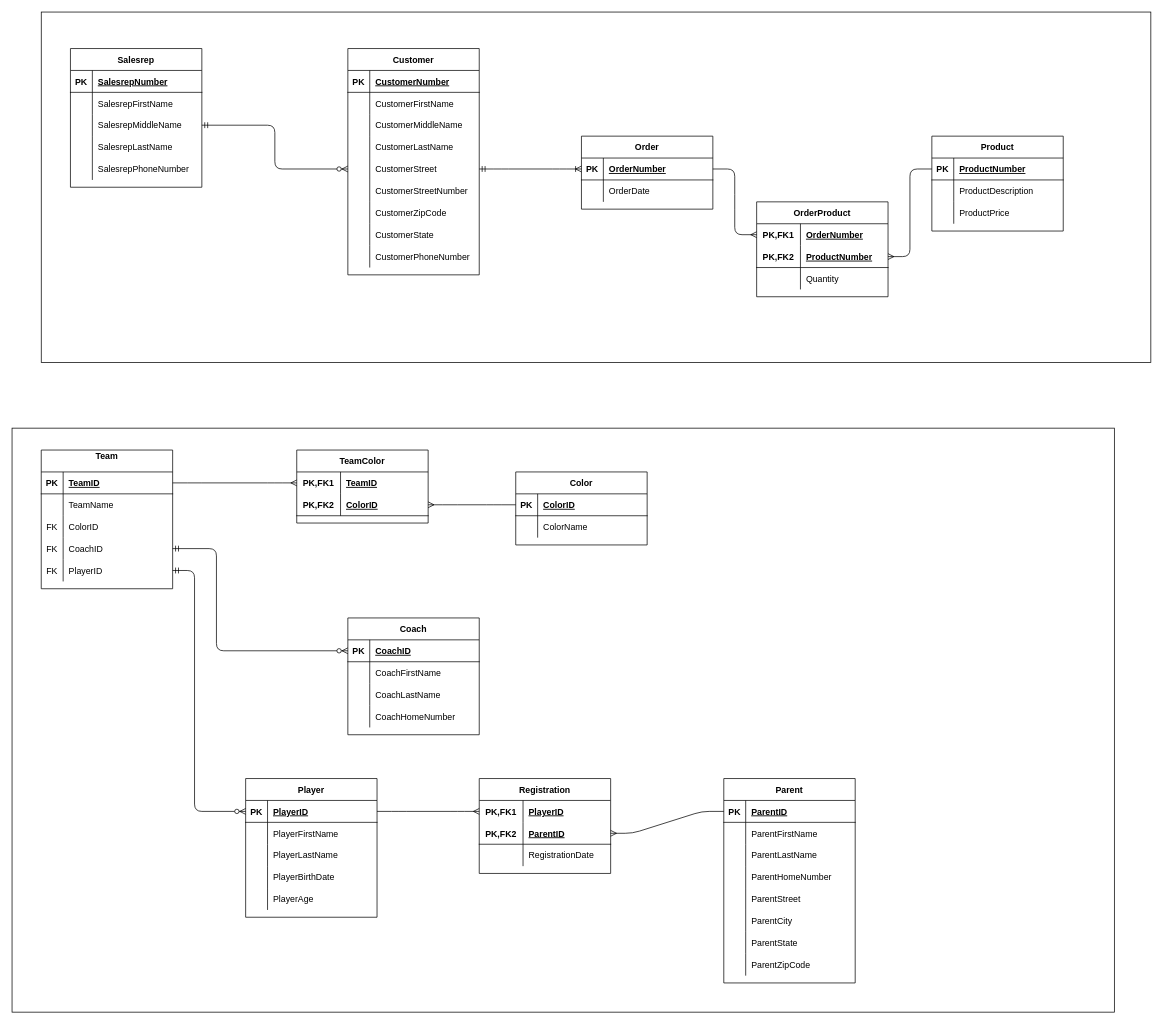
The draw.io diagram Assignment02.drawio in tabuenam/Entity_Relationships, before the edit. Source tidied: cells renumbered, new cells numbered last; positions are measured from the earlier drawing's top-left corner, leaving out a move shared by most shapes. Both pictures are drawn from the tidied source at 73%, with x=0, y=0 at pixel (12, 12).
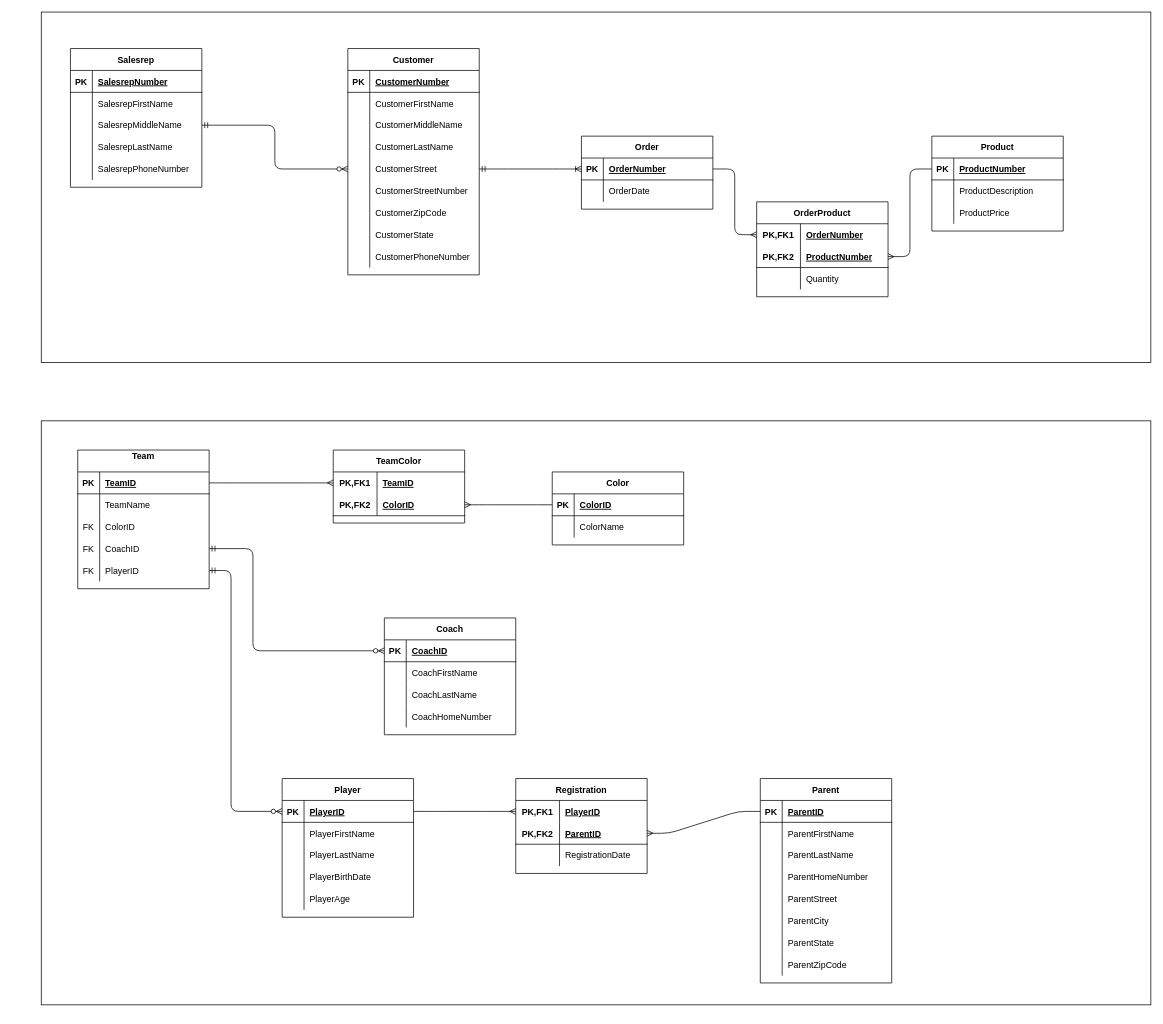
The same diagram, later.

Unchanged cells that the change refers to:
```xml
<mxCell id="80" style="shape=partialRectangle;fillColor=none;top=0;left=0;bottom=1;right=0;points=[[0,0.5],[1,0.5]];portConstraint=eastwest;" parent="79" vertex="1">
  <mxGeometry y="30" width="180" height="30" as="geometry" />
</mxCell>
<mxCell id="89" style="shape=partialRectangle;fillColor=none;top=0;left=0;bottom=0;right=0;points=[[0,0.5],[1,0.5]];portConstraint=eastwest;" parent="79" vertex="1">
  <mxGeometry y="120" width="180" height="30" as="geometry" />
</mxCell>
<mxCell id="92" style="shape=partialRectangle;fillColor=none;top=0;left=0;bottom=0;right=0;points=[[0,0.5],[1,0.5]];portConstraint=eastwest;" parent="79" vertex="1">
  <mxGeometry y="150" width="180" height="30" as="geometry" />
</mxCell>
<mxCell id="96" style="shape=partialRectangle;fillColor=none;top=0;left=0;bottom=1;right=0;points=[[0,0.5],[1,0.5]];portConstraint=eastwest;" parent="95" vertex="1">
  <mxGeometry y="30" width="180" height="30" as="geometry" />
</mxCell>
<mxCell id="103" style="shape=partialRectangle;fillColor=none;top=0;left=0;bottom=1;right=0;points=[[0,0.5],[1,0.5]];portConstraint=eastwest;" parent="102" vertex="1">
  <mxGeometry y="30" width="180" height="30" as="geometry" />
</mxCell>
<mxCell id="119" style="shape=partialRectangle;fillColor=none;top=0;left=0;bottom=1;right=0;points=[[0,0.5],[1,0.5]];portConstraint=eastwest;" parent="118" vertex="1">
  <mxGeometry y="30" width="180" height="30" as="geometry" />
</mxCell>
<mxCell id="132" style="shape=partialRectangle;fillColor=none;top=0;left=0;bottom=1;right=0;points=[[0,0.5],[1,0.5]];portConstraint=eastwest;" parent="131" vertex="1">
  <mxGeometry y="30" width="180" height="30" as="geometry" />
</mxCell>
<mxCell id="159" style="shape=partialRectangle;fillColor=none;top=0;left=0;bottom=0;right=0;points=[[0,0.5],[1,0.5]];portConstraint=eastwest;" parent="158" vertex="1">
  <mxGeometry y="30" width="180" height="30" as="geometry" />
</mxCell>
<mxCell id="162" style="shape=partialRectangle;fillColor=none;top=0;left=0;bottom=1;right=0;points=[[0,0.5],[1,0.5]];portConstraint=eastwest;" parent="158" vertex="1">
  <mxGeometry y="60" width="180" height="30" as="geometry" />
</mxCell>
<mxCell id="171" style="shape=partialRectangle;fillColor=none;top=0;left=0;bottom=0;right=0;points=[[0,0.5],[1,0.5]];portConstraint=eastwest;" parent="170" vertex="1">
  <mxGeometry y="30" width="180" height="30" as="geometry" />
</mxCell>
<mxCell id="174" style="shape=partialRectangle;fillColor=none;top=0;left=0;bottom=1;right=0;points=[[0,0.5],[1,0.5]];portConstraint=eastwest;" parent="170" vertex="1">
  <mxGeometry y="60" width="180" height="30" as="geometry" />
</mxCell>
```

Change to the diagram source:
```diff
@@
-    <mxCell id="2" style="rounded=0;whiteSpace=wrap;html=1;" parent="1" vertex="1">
-      <mxGeometry y="570" width="1510" height="800" as="geometry" />
-    </mxCell>
@@
+    <mxCell id="179" style="group;" parent="1" vertex="1">
+      <mxGeometry x="50" y="570" width="1510" height="800" as="geometry" />
+    </mxCell>
+    <mxCell id="2" style="rounded=0;whiteSpace=wrap;html=1;" parent="179" vertex="1">
+      <mxGeometry x="-10" y="-10" width="1520" height="800" as="geometry" />
+    </mxCell>
-    <mxCell id="79" value="Team&#10;" style="shape=table;startSize=30;childLayout=tableLayout;rowLines=0;fontStyle=1;align=center;" parent="1" vertex="1">
-      <mxGeometry x="40" y="600" width="180" height="190" as="geometry" />
+    <mxCell id="79" value="Team&#10;" style="shape=table;startSize=30;childLayout=tableLayout;rowLines=0;fontStyle=1;align=center;" parent="179" vertex="1">
+      <mxGeometry x="40" y="30" width="180" height="190" as="geometry" />
     </mxCell>
@@
-    <mxCell id="95" value="Color" style="shape=table;startSize=30;childLayout=tableLayout;rowLines=0;fontStyle=1;align=center;" parent="1" vertex="1">
-      <mxGeometry x="690" y="630" width="180" height="100" as="geometry" />
+    <mxCell id="95" value="Color" style="shape=table;startSize=30;childLayout=tableLayout;rowLines=0;fontStyle=1;align=center;" parent="179" vertex="1">
+      <mxGeometry x="690" y="60" width="180" height="100" as="geometry" />
     </mxCell>
@@
-    <mxCell id="102" value="Player" style="shape=table;startSize=30;childLayout=tableLayout;rowLines=0;fontStyle=1;align=center;" parent="1" vertex="1">
-      <mxGeometry x="320" y="1050" width="180" height="190" as="geometry" />
+    <mxCell id="102" value="Player" style="shape=table;startSize=30;childLayout=tableLayout;rowLines=0;fontStyle=1;align=center;" parent="179" vertex="1">
+      <mxGeometry x="320" y="480" width="180" height="190" as="geometry" />
     </mxCell>
@@
-    <mxCell id="118" value="Coach" style="shape=table;startSize=30;childLayout=tableLayout;rowLines=0;fontStyle=1;align=center;" parent="1" vertex="1">
-      <mxGeometry x="460" y="830" width="180" height="160" as="geometry" />
+    <mxCell id="118" value="Coach" style="shape=table;startSize=30;childLayout=tableLayout;rowLines=0;fontStyle=1;align=center;" parent="179" vertex="1">
+      <mxGeometry x="460" y="260" width="180" height="160" as="geometry" />
     </mxCell>
@@
-    <mxCell id="131" value="Parent" style="shape=table;startSize=30;childLayout=tableLayout;rowLines=0;fontStyle=1;align=center;" parent="1" vertex="1">
-      <mxGeometry x="975" y="1050" width="180" height="280" as="geometry" />
+    <mxCell id="131" value="Parent" style="shape=table;startSize=30;childLayout=tableLayout;rowLines=0;fontStyle=1;align=center;" parent="179" vertex="1">
+      <mxGeometry x="975" y="480" width="180" height="280" as="geometry" />
     </mxCell>
@@
-    <mxCell id="156" style="edgeStyle=elbowEdgeStyle;fontSize=12;html=1;endArrow=ERzeroToMany;startArrow=ERmandOne;exitX=1;exitY=0.5;exitDx=0;exitDy=0;entryX=0;entryY=0.5;entryDx=0;entryDy=0;" parent="1" edge="1" source="89" target="119">
+    <mxCell id="156" style="edgeStyle=elbowEdgeStyle;fontSize=12;html=1;endArrow=ERzeroToMany;startArrow=ERmandOne;exitX=1;exitY=0.5;exitDx=0;exitDy=0;entryX=0;entryY=0.5;entryDx=0;entryDy=0;" parent="179" edge="1" source="89" target="119">
       <mxGeometry relative="1" as="geometry">
         <Array as="points">
-          <mxPoint x="280" y="800" />
+          <mxPoint x="280" y="230" />
         </Array>
       </mxGeometry>
     </mxCell>
-    <mxCell id="157" style="edgeStyle=elbowEdgeStyle;fontSize=12;html=1;endArrow=ERzeroToMany;startArrow=ERmandOne;exitX=1;exitY=0.5;exitDx=0;exitDy=0;entryX=0;entryY=0.5;entryDx=0;entryDy=0;" parent="1" edge="1" source="92" target="103">
+    <mxCell id="157" style="edgeStyle=elbowEdgeStyle;fontSize=12;html=1;endArrow=ERzeroToMany;startArrow=ERmandOne;exitX=1;exitY=0.5;exitDx=0;exitDy=0;entryX=0;entryY=0.5;entryDx=0;entryDy=0;" parent="179" edge="1" source="92" target="103">
       <mxGeometry relative="1" as="geometry">
         <Array as="points">
-          <mxPoint x="250" y="970" />
+          <mxPoint x="250" y="400" />
         </Array>
       </mxGeometry>
     </mxCell>
-    <mxCell id="158" value="Registration" style="shape=table;startSize=30;childLayout=tableLayout;rowLines=0;fontStyle=1;align=center;" parent="1" vertex="1">
-      <mxGeometry x="640" y="1050" width="180" height="130" as="geometry" />
+    <mxCell id="158" value="Registration" style="shape=table;startSize=30;childLayout=tableLayout;rowLines=0;fontStyle=1;align=center;" parent="179" vertex="1">
+      <mxGeometry x="640" y="480" width="180" height="130" as="geometry" />
     </mxCell>
@@
-    <mxCell id="168" style="edgeStyle=entityRelationEdgeStyle;fontSize=12;html=1;endArrow=ERmany;exitX=1;exitY=0.5;exitDx=0;exitDy=0;entryX=0;entryY=0.5;entryDx=0;entryDy=0;" parent="1" edge="1" source="103" target="159">
+    <mxCell id="168" style="edgeStyle=entityRelationEdgeStyle;fontSize=12;html=1;endArrow=ERmany;exitX=1;exitY=0.5;exitDx=0;exitDy=0;entryX=0;entryY=0.5;entryDx=0;entryDy=0;" parent="179" edge="1" source="103" target="159">
       <mxGeometry relative="1" as="geometry" />
     </mxCell>
-    <mxCell id="169" style="edgeStyle=entityRelationEdgeStyle;fontSize=12;html=1;endArrow=ERmany;entryX=1;entryY=0.5;entryDx=0;entryDy=0;exitX=0;exitY=0.5;exitDx=0;exitDy=0;" parent="1" edge="1" source="132" target="162">
+    <mxCell id="169" style="edgeStyle=entityRelationEdgeStyle;fontSize=12;html=1;endArrow=ERmany;entryX=1;entryY=0.5;entryDx=0;entryDy=0;exitX=0;exitY=0.5;exitDx=0;exitDy=0;" parent="179" edge="1" source="132" target="162">
       <mxGeometry relative="1" as="geometry" />
     </mxCell>
-    <mxCell id="170" value="TeamColor" style="shape=table;startSize=30;childLayout=tableLayout;rowLines=0;fontStyle=1;align=center;" parent="1" vertex="1">
-      <mxGeometry x="390" y="600" width="180" height="100" as="geometry" />
+    <mxCell id="170" value="TeamColor" style="shape=table;startSize=30;childLayout=tableLayout;rowLines=0;fontStyle=1;align=center;" parent="179" vertex="1">
+      <mxGeometry x="390" y="30" width="180" height="100" as="geometry" />
     </mxCell>
@@
-    <mxCell id="177" style="edgeStyle=entityRelationEdgeStyle;fontSize=12;html=1;endArrow=ERmany;exitX=1;exitY=0.5;exitDx=0;exitDy=0;entryX=0;entryY=0.5;entryDx=0;entryDy=0;" parent="1" edge="1" source="80" target="171">
+    <mxCell id="177" style="edgeStyle=entityRelationEdgeStyle;fontSize=12;html=1;endArrow=ERmany;exitX=1;exitY=0.5;exitDx=0;exitDy=0;entryX=0;entryY=0.5;entryDx=0;entryDy=0;" parent="179" edge="1" source="80" target="171">
       <mxGeometry relative="1" as="geometry" />
     </mxCell>
-    <mxCell id="178" style="edgeStyle=entityRelationEdgeStyle;fontSize=12;html=1;endArrow=ERmany;exitX=0;exitY=0.5;exitDx=0;exitDy=0;entryX=1;entryY=0.5;entryDx=0;entryDy=0;" parent="1" edge="1" source="96" target="174">
+    <mxCell id="178" style="edgeStyle=entityRelationEdgeStyle;fontSize=12;html=1;endArrow=ERmany;exitX=0;exitY=0.5;exitDx=0;exitDy=0;entryX=1;entryY=0.5;entryDx=0;entryDy=0;" parent="179" edge="1" source="96" target="174">
       <mxGeometry relative="1" as="geometry" />
     </mxCell>
```
